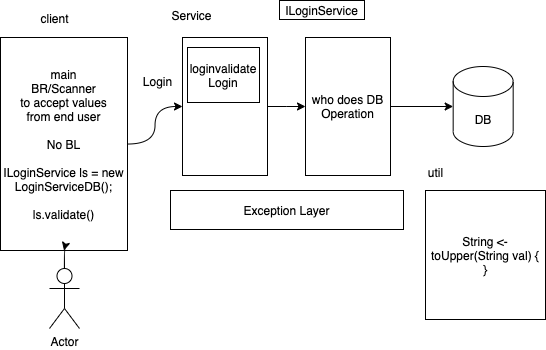
adithnaveen/sapient-freshers-aem-oct-2021 keeps this draw.io diagram as images/day8.drawio.png. Above is the earlier version. Source tidied: cells renumbered, new cells last; positions are measured from the earlier drawing's top-left corner, leaving out a move shared by most shapes. Source of this version:
```xml
<mxGraphModel>
  <root>
    <mxCell id="0" />
    <mxCell id="1" parent="0" />
    <mxCell id="2" style="edgeStyle=orthogonalEdgeStyle;curved=1;rounded=0;jettySize=auto;html=1;entryX=0;entryY=0.5;entryDx=0;entryDy=0;" parent="1" edge="1" source="3" target="6">
      <mxGeometry relative="1" as="geometry" />
    </mxCell>
    <mxCell id="3" value="main&lt;br&gt;BR/Scanner&lt;br&gt;to accept values&lt;br&gt;from end user&lt;br&gt;&lt;br&gt;No BL&lt;br&gt;&lt;br&gt;ILoginService ls = new LoginServiceDB();&lt;br&gt;&lt;br&gt;ls.validate()" style="rounded=0;whiteSpace=wrap;html=1;" parent="1" vertex="1">
      <mxGeometry y="37" width="127" height="213" as="geometry" />
    </mxCell>
    <mxCell id="4" value="client" style="text;html=1;align=center;verticalAlign=middle;strokeColor=none;" parent="1" vertex="1">
      <mxGeometry x="35" y="9" width="38" height="18" as="geometry" />
    </mxCell>
    <mxCell id="5" style="edgeStyle=orthogonalEdgeStyle;curved=1;rounded=0;jettySize=auto;html=1;entryX=0;entryY=0.5;entryDx=0;entryDy=0;" parent="1" edge="1" source="6" target="15">
      <mxGeometry relative="1" as="geometry" />
    </mxCell>
    <mxCell id="6" style="rounded=0;whiteSpace=wrap;html=1;" parent="1" vertex="1">
      <mxGeometry x="182" y="37" width="85" height="138" as="geometry" />
    </mxCell>
    <mxCell id="7" style="edgeStyle=orthogonalEdgeStyle;rounded=0;jettySize=auto;html=1;entryX=0.5;entryY=1;entryDx=0;entryDy=0;curved=1;" parent="1" edge="1" source="8" target="3">
      <mxGeometry relative="1" as="geometry" />
    </mxCell>
    <mxCell id="8" value="Actor" style="shape=umlActor;verticalLabelPosition=bottom;verticalAlign=top;html=1;outlineConnect=0;" parent="1" vertex="1">
      <mxGeometry x="49" y="268" width="30" height="60" as="geometry" />
    </mxCell>
    <mxCell id="9" value="Service" style="text;html=1;align=center;verticalAlign=middle;strokeColor=none;" parent="1" vertex="1">
      <mxGeometry x="166" y="6" width="50" height="18" as="geometry" />
    </mxCell>
    <mxCell id="10" value="Login" style="text;html=1;align=center;verticalAlign=middle;strokeColor=none;" parent="1" vertex="1">
      <mxGeometry x="137" y="72" width="39" height="18" as="geometry" />
    </mxCell>
    <mxCell id="11" value="loginvalidate&lt;br&gt;Login" style="rounded=0;whiteSpace=wrap;html=1;" parent="1" vertex="1">
      <mxGeometry x="187" y="47" width="72" height="55" as="geometry" />
    </mxCell>
    <mxCell id="12" value="Exception Layer" style="rounded=0;whiteSpace=wrap;html=1;" parent="1" vertex="1">
      <mxGeometry x="170" y="190" width="233" height="39" as="geometry" />
    </mxCell>
    <mxCell id="13" value="ILoginService" style="rounded=0;whiteSpace=wrap;html=1;" parent="1" vertex="1">
      <mxGeometry x="279" width="85" height="19" as="geometry" />
    </mxCell>
    <mxCell id="14" style="edgeStyle=orthogonalEdgeStyle;curved=1;rounded=0;jettySize=auto;html=1;" parent="1" edge="1" source="15" target="16">
      <mxGeometry relative="1" as="geometry" />
    </mxCell>
    <mxCell id="15" value="who does DB Operation" style="rounded=0;whiteSpace=wrap;html=1;" parent="1" vertex="1">
      <mxGeometry x="305" y="37" width="85" height="138" as="geometry" />
    </mxCell>
    <mxCell id="16" value="DB" style="shape=cylinder3;whiteSpace=wrap;html=1;boundedLbl=1;backgroundOutline=1;size=15;" parent="1" vertex="1">
      <mxGeometry x="452.7" y="66" width="60" height="80" as="geometry" />
    </mxCell>
    <mxCell id="17" value="String &amp;lt;- toUpper(String val) {&lt;br&gt;}" style="rounded=0;whiteSpace=wrap;html=1;" parent="1" vertex="1">
      <mxGeometry x="425" y="190" width="120" height="129" as="geometry" />
    </mxCell>
    <mxCell id="18" value="util" style="text;html=1;align=center;verticalAlign=middle;strokeColor=none;" parent="1" vertex="1">
      <mxGeometry x="422" y="163" width="25" height="18" as="geometry" />
    </mxCell>
  </root>
</mxGraphModel>
```
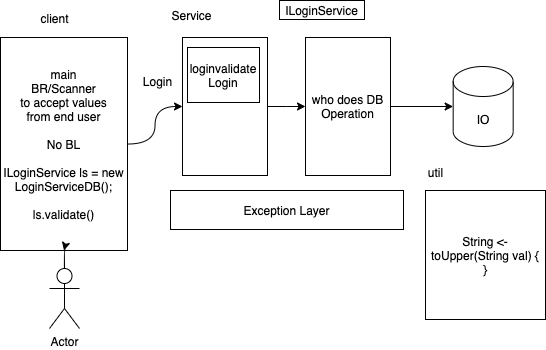
Later version of the same file.

Diff of the diagram source:
```diff
@@ -44,7 +44,7 @@
     <mxCell id="15" value="who does DB Operation" style="rounded=0;whiteSpace=wrap;html=1;" parent="1" vertex="1">
       <mxGeometry x="305" y="37" width="85" height="138" as="geometry" />
     </mxCell>
-    <mxCell id="16" value="DB" style="shape=cylinder3;whiteSpace=wrap;html=1;boundedLbl=1;backgroundOutline=1;size=15;" parent="1" vertex="1">
+    <mxCell id="16" value="IO" style="shape=cylinder3;whiteSpace=wrap;html=1;boundedLbl=1;backgroundOutline=1;size=15;" parent="1" vertex="1">
       <mxGeometry x="452.7" y="66" width="60" height="80" as="geometry" />
     </mxCell>
     <mxCell id="17" value="String &amp;lt;- toUpper(String val) {&lt;br&gt;}" style="rounded=0;whiteSpace=wrap;html=1;" parent="1" vertex="1">
```
